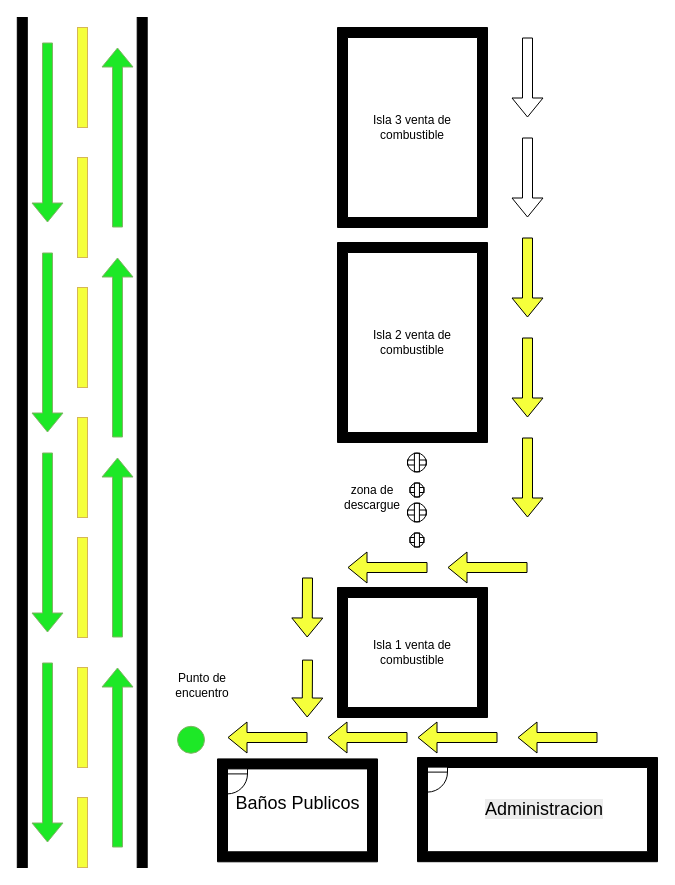
Earlier version of the draw.io diagram Diagrama sin título.drawio (artherx/Dese-o-Estacion). Source tidied: cells renumbered, new cells numbered last; positions are measured from the earlier drawing's top-left corner, leaving out a move shared by most shapes. Both pictures are drawn from the tidied source at 100%, with x=0, y=0 at pixel (17, 17).
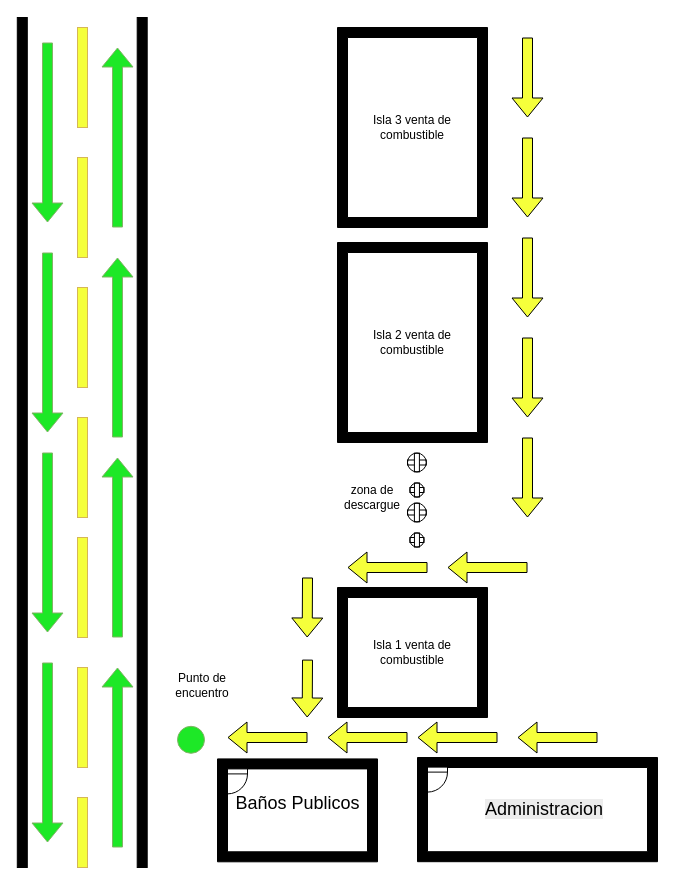
After the change.

Change to the diagram source:
```diff
@@
-    <mxCell id="48" style="shape=flexArrow;endArrow=classic;html=1;rounded=0;" parent="1" edge="1">
+    <mxCell id="48" style="shape=flexArrow;endArrow=classic;html=1;rounded=0;fillColor=light-dark(#f5ff3b, #ededed);" parent="1" edge="1">
       <mxGeometry relative="1" as="geometry">
         <mxPoint x="510" y="20" as="sourcePoint" />
         <mxPoint x="510" y="100" as="targetPoint" />
       </mxGeometry>
     </mxCell>
-    <mxCell id="49" style="shape=flexArrow;endArrow=classic;html=1;rounded=0;" parent="1" edge="1">
+    <mxCell id="49" style="shape=flexArrow;endArrow=classic;html=1;rounded=0;fillColor=light-dark(#f5ff3b, #ededed);" parent="1" edge="1">
       <mxGeometry relative="1" as="geometry">
         <mxPoint x="510" y="120" as="sourcePoint" />
         <mxPoint x="510" y="200" as="targetPoint" />
       </mxGeometry>
     </mxCell>
```
